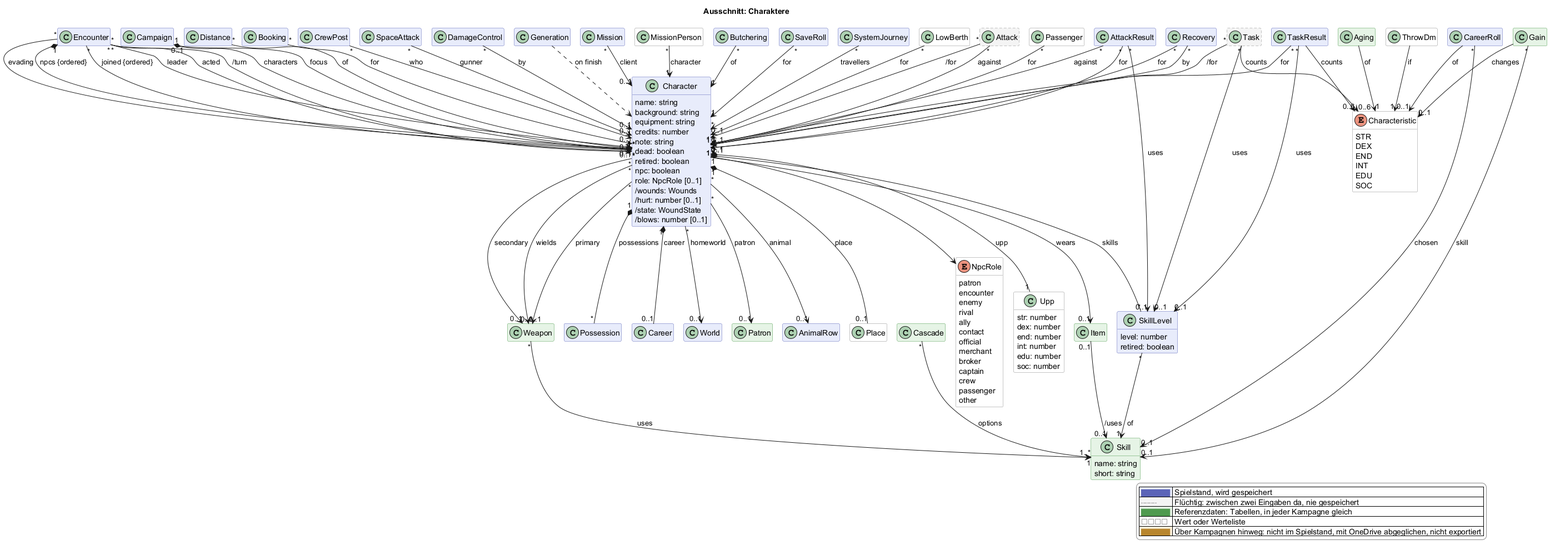
The PlantUML diagram docs/views/charakter.png in scuzzar/SRE, before a commit. Its diagram source:
```plantuml
@startuml
!if %not(%variable_exists("$change"))
!$change = "*"
!endif
!function $marked($c)
!return $change == "*" || $change == $c
!endfunction
!function $new($c, $t)
!if $marked($c)
!return "<color:#d0021b><b>" + $t + "</b></color>"
!endif
!return $t
!endfunction
!procedure $gone($c, $t)
!if $marked($c)
<color:#d0021b><s>$t</s></color>
!endif
!endprocedure
!function $newClass($c)
!if $marked($c)
!return "#line:d0021b;line.bold"
!endif
!return ""
!endfunction
!function $newArrow($c)
!if $marked($c)
!return "[#d0021b,bold]"
!endif
!return ""
!endfunction
!function $goneArrow($c)
!if $marked($c)
!return "[#d0021b,dashed]"
!endif
!return ""
!endfunction
!pragma layout smetana
title Ausschnitt: Charaktere
hide empty members
hide methods
skinparam classAttributeIconSize 0
skinparam shadowing false
skinparam packageStyle rectangle
skinparam class {
  BackgroundColor #e8ecfb
  BorderColor #5b64b8
  BackgroundColor<<transient>> #f4f4f4
  BorderColor<<transient>> #8a8a8a
  BackgroundColor<<reference>> #e6f4e6
  BorderColor<<reference>> #4f9a4f
  BackgroundColor<<value>> #ffffff
  BorderColor<<value>> #8a8a8a
  BackgroundColor<<browser>> #fdf1dc
  BorderColor<<browser>> #b8862e
}
skinparam legendBackgroundColor #ffffff
skinparam legendBorderColor #8a8a8a
<style>
classDiagram {
  class {
    .transient {
      LineStyle 5-3
    }
  }
}
</style>
hide <<transient>> stereotype
hide <<reference>> stereotype
hide <<value>> stereotype
hide <<browser>> stereotype

  class Campaign $kampagne
  class Booking $shop
  class Character $charakter {
    name: string
    background: string
    equipment: string
    credits: number
    note: string
    dead: boolean
    retired: boolean
    npc: boolean
    role: NpcRole [0..1]
    /wounds: Wounds
    /hurt: number [0..1]
    /state: WoundState
    /blows: number [0..1]
  }
  enum NpcRole <<value>> $charakter {
    patron
    encounter
    enemy
    rival
    ally
    contact
    official
    merchant
    broker
    captain
    crew
    passenger
    other
  }
  class Upp <<value>> $charakter {
    str: number
    dex: number
    end: number
    int: number
    edu: number
    soc: number
  }
  class SkillLevel $charakter {
    level: number
    retired: boolean
  }
  class Possession $shop

  class CrewPost $schiffe

  class SpaceAttack $raum
  class DamageControl $raum

  class Generation $erschaffung
  class Career $erschaffung
  class CareerRoll $erschaffung

  class World $sektor

  class Mission $mission
  class MissionPerson <<value>> $mission

  class Butchering $begegnung
  class SaveRoll $begegnung

  class Passenger <<value>> $reise
  class SystemJourney $reise
  class LowBerth <<value>> $reise

  class Task <<transient>> $probe
  class TaskResult $probe
  class Attack <<transient>> $kampf
  class AttackResult $kampf
  class Recovery $kampf
  class Encounter $begegnung
  class Distance $begegnung
  class Patron <<reference>> $begegnung
  class AnimalRow $begegnung

  class Skill <<reference>> $charakter {
    name: string
    short: string
  }
  class ThrowDm <<value>> $erschaffung
  class Gain <<reference>> $erschaffung
  class Item <<reference>> $shop
  class Weapon <<reference>> $kampf
  class Cascade <<reference>> $erschaffung
  class Place <<value>> $oberflaeche
  class Aging <<reference>> $erschaffung
  enum Characteristic <<value>> $charakter {
    STR
    DEX
    END
    INT
    EDU
    SOC
  }

Campaign "1" *-- "*" Character : characters
Campaign "0..1" --> "0..1" Character : focus
Booking "*" --> "0..1" Character : for

CrewPost "*" --> "1" Character : who

SpaceAttack "*" --> "0..1" Character : gunner
DamageControl "*" --> "0..1" Character : by

Passenger "*" --> "1" Character : for
LowBerth "*" --> "0..1" Character : for
SystemJourney "*" --> "*" Character : travellers

Generation ..> Character : on finish
Character "1" *-- "0..1" Career : career
Character "*" --> "0..1" World : homeworld
Character "1" *-- "0..1" Place : place
Character "*" --> "0..1" Patron : patron
Mission "*" --> "0..1" Character : client
MissionPerson "*" --> "1" Character : character
Character --> NpcRole
CareerRoll --> "0..1" Characteristic : of
CareerRoll "*" --> "0..1" Skill : chosen

ThrowDm --> "1" Characteristic : if
Gain "*" --> "0..1" Skill : skill
Gain --> "0..1" Characteristic : changes
Cascade "*" --> "1..*" Skill : options
Aging --> "1" Characteristic : of


Character "1" *-- "1" Upp : upp
Character "1" *-- "*" SkillLevel : skills
SkillLevel "*" --> "1" Skill : of
Character "1" *-- "*" Possession : possessions
Item "0..1" --> "0..1" Skill : /uses
Character "*" --> "0..1" Weapon : wields
Character "*" --> "0..1" Weapon : primary
Character "*" --> "0..1" Weapon : secondary

Weapon "*" --> "1" Skill : uses

Recovery "*" --> "1" Character : for
Recovery "*" --> "0..1" Character : by
Butchering "*" --> "1" Character : of
TaskResult "*" --> "1" Character : for
TaskResult "*" --> "0..1" SkillLevel : uses
TaskResult --> "0..6" Characteristic : counts

Task "*" --> "1" Character : /for
Task "*" --> "0..1" SkillLevel : uses
Task --> "0..6" Characteristic : counts

Attack "*" --> "1" Character : /for
Attack "*" --> "0..1" Character : against
AttackResult "*" --> "1" Character : for
AttackResult "*" --> "0..1" Character : against
AttackResult "*" --> "0..1" SkillLevel : uses

SaveRoll "*" --> "1" Character : for
Character "*" --> "0..1" AnimalRow : animal
Encounter "1" *-- "*" Character : npcs {ordered}
Encounter "*" --> "*" Character : joined {ordered}
Encounter "*" --> "0..1" Character : leader
Encounter "*" --> "*" Character : acted
Encounter "*" --> "0..1" Character : /turn
Distance "*" --> "1" Character : of
Encounter "*" --> "*" Character : evading
Character "*" --> "0..1" Item : wears



legend right
  |<#e8ecfb> <color:#5b64b8>████</color> | Spielstand, wird gespeichert |
  |<#f4f4f4> <color:#8a8a8a>╌╌╌╌</color> | Flüchtig: zwischen zwei Eingaben da, nie gespeichert |
  |<#e6f4e6> <color:#4f9a4f>████</color> | Referenzdaten: Tabellen, in jeder Kampagne gleich |
  |<#ffffff> <color:#8a8a8a>□□□□</color> | Wert oder Werteliste |
  |<#fdf1dc> <color:#b8862e>████</color> | Über Kampagnen hinweg: nicht im Spielstand, mit OneDrive abgeglichen, nicht exportiert |
endlegend
@enduml
```
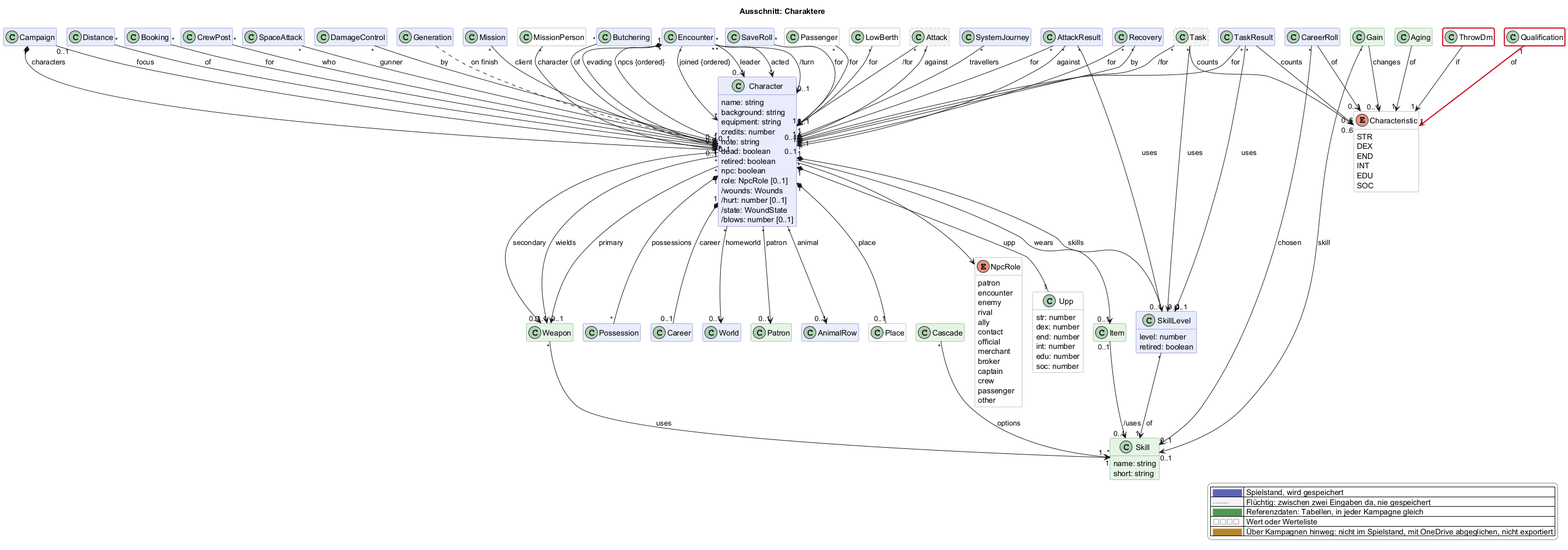
The same file after the commit.

The edit, as a diff of the source:
```diff
@@ -151,6 +151,7 @@
     short: string
   }
   class ThrowDm <<value>> $erschaffung
+  class Qualification <<value>> $erschaffung $newClass("2026-11-24a")
   class Gain <<reference>> $erschaffung
   class Item <<reference>> $shop
   class Weapon <<reference>> $kampf
@@ -191,6 +192,7 @@
 CareerRoll "*" --> "0..1" Skill : chosen
 
 ThrowDm --> "1" Characteristic : if
+  Qualification "1" -[#d0021b,bold]-> "1" Characteristic : of
 Gain "*" --> "0..1" Skill : skill
 Gain --> "0..1" Characteristic : changes
 Cascade "*" --> "1..*" Skill : options
@@ -245,4 +247,5 @@
   |<#ffffff> <color:#8a8a8a>□□□□</color> | Wert oder Werteliste |
   |<#fdf1dc> <color:#b8862e>████</color> | Über Kampagnen hinweg: nicht im Spielstand, mit OneDrive abgeglichen, nicht exportiert |
 endlegend
+class ThrowDm #line:d0021b;line.bold
 @enduml
```
